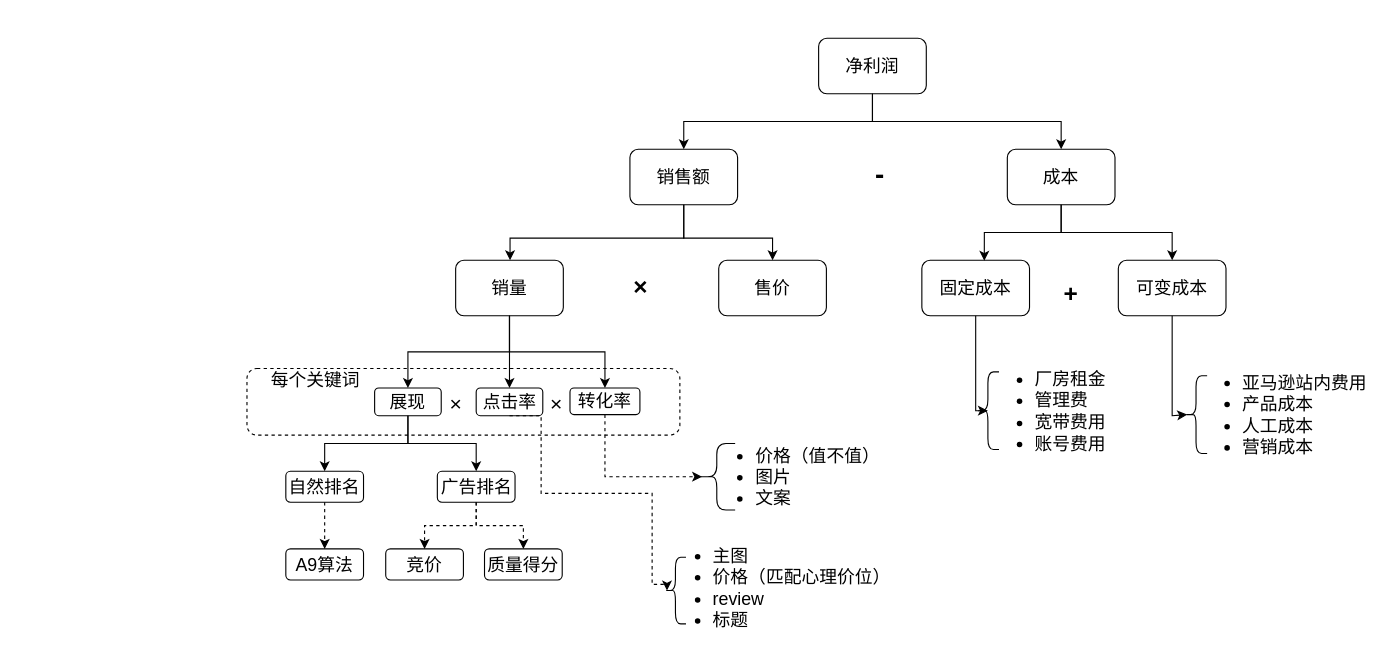
The draw.io diagram page "How to get money" (2 of 3) of 英国站广告分组逻辑.drawio in carlsonlau/.github.io, before the edit. Source tidied: cells renumbered, new cells numbered last; positions are measured from the earlier drawing's top-left corner, leaving out a move shared by most shapes. Both pictures are drawn from the tidied source at 111%, with x=0, y=0 at pixel (246, 38).
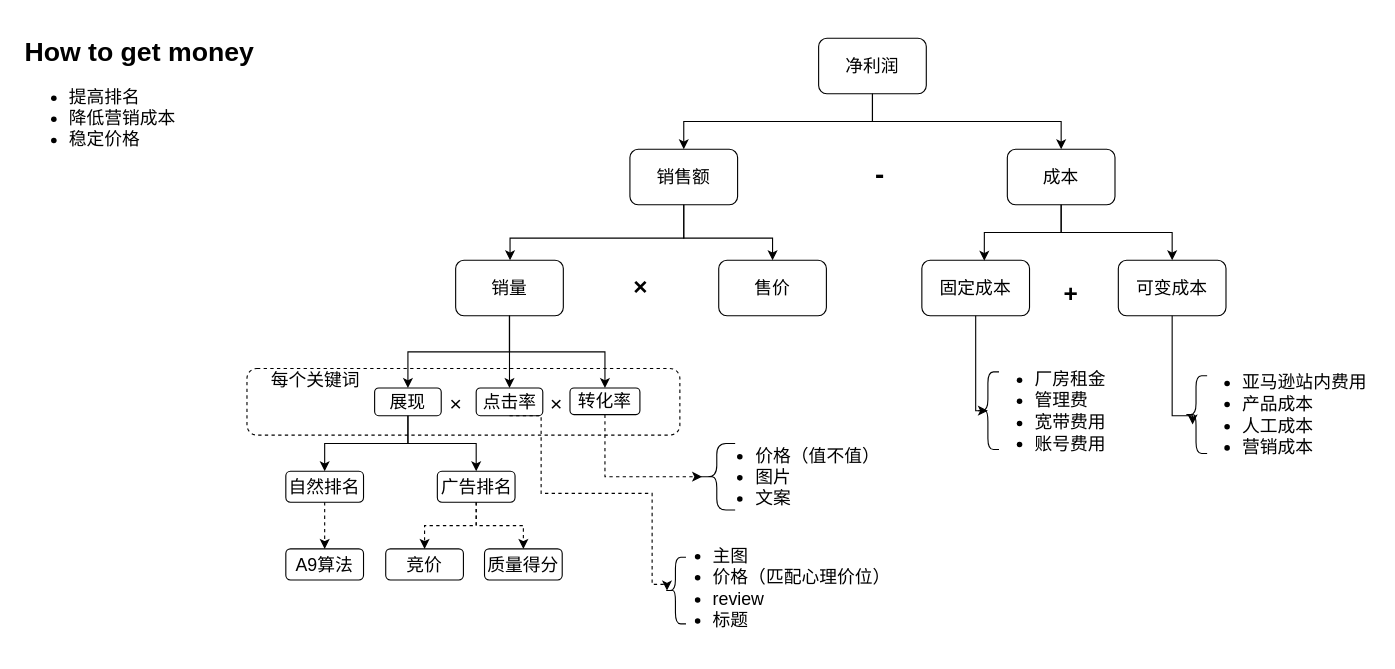
Above is the later version.

Commit message:
亚马逊运作逻辑.drawio

The change refers to these unchanged cells:
```xml
<mxCell id="34" value="可变成本&lt;br&gt;" style="rounded=1;whiteSpace=wrap;html=1;fillColor=none;fontSize=16;fontColor=#000000;align=center;" parent="1" vertex="1">
  <mxGeometry x="785" y="200" width="97" height="50" as="geometry" />
</mxCell>
<mxCell id="43" style="shape=curlyBracket;whiteSpace=wrap;html=1;rounded=1;fillColor=none;fontSize=16;fontColor=#000000;align=center;" parent="42" vertex="1">
  <mxGeometry y="22.5" width="20" height="70" as="geometry" />
</mxCell>
<mxCell id="44" value="&lt;ul&gt;&lt;li&gt;亚马逊站内费用&lt;/li&gt;&lt;li&gt;产品成本&lt;/li&gt;&lt;li&gt;人工成本&lt;/li&gt;&lt;li&gt;营销成本&lt;/li&gt;&lt;/ul&gt;" style="text;strokeColor=none;fillColor=none;html=1;whiteSpace=wrap;verticalAlign=middle;overflow=hidden;fontSize=16;fontColor=#000000;align=left;" parent="42" vertex="1">
  <mxGeometry x="10" width="162" height="115" as="geometry" />
</mxCell>
```

Diff of the diagram source:
```diff
@@
-    <mxCell id="33" style="edgeStyle=orthogonalEdgeStyle;rounded=0;jettySize=auto;html=1;exitX=0.5;exitY=1;exitDx=0;exitDy=0;entryX=0.1;entryY=0.5;entryDx=0;entryDy=0;entryPerimeter=0;fontSize=16;fontColor=#000000;" parent="1" edge="1" source="34" target="43">
+    <mxCell id="33" style="edgeStyle=orthogonalEdgeStyle;rounded=0;jettySize=auto;html=1;exitX=0.5;exitY=1;exitDx=0;exitDy=0;entryX=-0.019;entryY=0.578;entryDx=0;entryDy=0;entryPerimeter=0;fontSize=16;fontColor=#000000;" parent="1" edge="1" source="34" target="44">
       <mxGeometry relative="1" as="geometry">
         <Array as="points">
           <mxPoint x="834" y="340" />
+          <mxPoint x="852" y="340" />
         </Array>
       </mxGeometry>
     </mxCell>
@@
+    <mxCell id="54" value="&lt;h1&gt;How to get money&lt;/h1&gt;&lt;p style=&quot;font-size: 16px&quot;&gt;&lt;/p&gt;&lt;ul style=&quot;font-size: 16px&quot;&gt;&lt;li&gt;提高排名&lt;/li&gt;&lt;li&gt;降低营销成本&lt;/li&gt;&lt;li&gt;稳定价格&lt;/li&gt;&lt;/ul&gt;&lt;p&gt;&lt;/p&gt;" style="text;html=1;strokeColor=none;fillColor=none;spacing=5;spacingTop=-20;whiteSpace=wrap;overflow=hidden;rounded=0;" parent="1" vertex="1">
+      <mxGeometry x="-205" y="-7.5" width="234" height="115" as="geometry" />
+    </mxCell>
```
